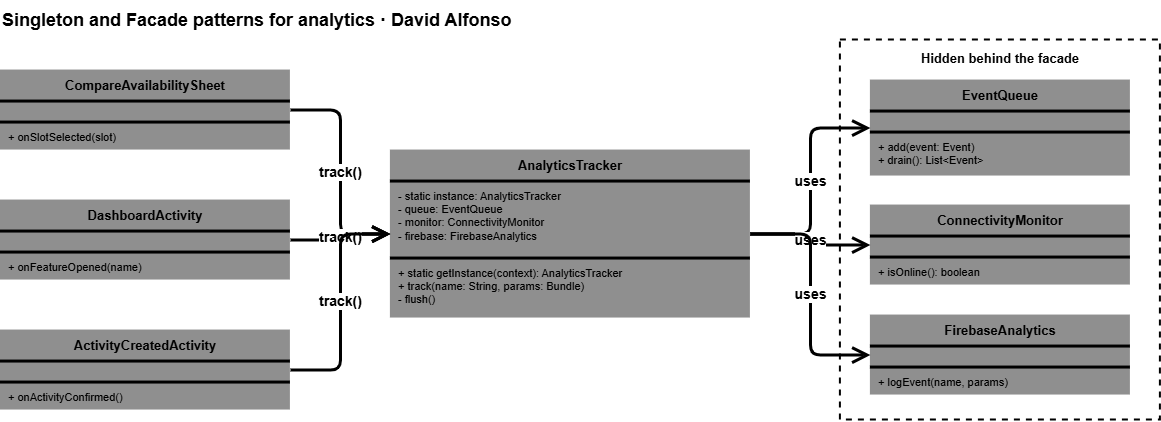
Before: img/SingletonandFacade.png, a diagram exported from draw.io (CONSTR-APLICACIONES-MOVILES/Sprint-2-Java). Source tidied: cells renumbered, new cells last; positions are measured from the earlier drawing's top-left corner, leaving out a move shared by most shapes. Source of this version:
```xml
<mxGraphModel>
  <root>
    <mxCell id="0" />
    <mxCell id="1" parent="0" />
    <mxCell id="2" value="Singleton and Facade patterns for analytics · David Alfonso" style="text;html=1;align=left;verticalAlign=middle;fontSize=18;fontStyle=1;fontColor=#000000;" parent="1" vertex="1">
      <mxGeometry width="1100" height="40" as="geometry" />
    </mxCell>
    <mxCell id="3" value="Hidden behind the facade" style="rounded=0;whiteSpace=wrap;html=1;fillColor=none;strokeColor=#000000;strokeWidth=2;dashed=1;verticalAlign=top;fontStyle=1;fontSize=13;spacingTop=4;" parent="1" vertex="1">
      <mxGeometry x="840" y="40" width="320" height="380" as="geometry" />
    </mxCell>
    <mxCell id="4" style="rounded=0;whiteSpace=wrap;html=1;fillColor=#8F8F8F;strokeColor=none;" parent="1" vertex="1">
      <mxGeometry y="70" width="290" height="80" as="geometry" />
    </mxCell>
    <mxCell id="5" value="CompareAvailabilitySheet" style="text;html=1;align=center;verticalAlign=middle;fontStyle=1;fontSize=13;fontColor=#000000;whiteSpace=wrap;" parent="4" vertex="1">
      <mxGeometry width="290" height="30" as="geometry" />
    </mxCell>
    <mxCell id="6" style="rounded=0;whiteSpace=wrap;html=1;fillColor=#000000;strokeColor=none;" parent="4" vertex="1">
      <mxGeometry y="30" width="290" height="3" as="geometry" />
    </mxCell>
    <mxCell id="7" style="text;html=1;align=left;verticalAlign=top;fontSize=11;fontColor=#000000;spacingLeft=6;whiteSpace=wrap;" parent="4" vertex="1">
      <mxGeometry y="33" width="290" height="18" as="geometry" />
    </mxCell>
    <mxCell id="8" style="rounded=0;whiteSpace=wrap;html=1;fillColor=#000000;strokeColor=none;" parent="4" vertex="1">
      <mxGeometry y="51" width="290" height="3" as="geometry" />
    </mxCell>
    <mxCell id="9" value="+ onSlotSelected(slot)" style="text;html=1;align=left;verticalAlign=top;fontSize=11;fontColor=#000000;spacingLeft=6;whiteSpace=wrap;" parent="4" vertex="1">
      <mxGeometry y="54" width="290" height="26" as="geometry" />
    </mxCell>
    <mxCell id="10" style="rounded=0;whiteSpace=wrap;html=1;fillColor=#8F8F8F;strokeColor=none;" parent="1" vertex="1">
      <mxGeometry y="200" width="290" height="80" as="geometry" />
    </mxCell>
    <mxCell id="11" value="DashboardActivity" style="text;html=1;align=center;verticalAlign=middle;fontStyle=1;fontSize=13;fontColor=#000000;whiteSpace=wrap;" parent="10" vertex="1">
      <mxGeometry width="290" height="30" as="geometry" />
    </mxCell>
    <mxCell id="12" style="rounded=0;whiteSpace=wrap;html=1;fillColor=#000000;strokeColor=none;" parent="10" vertex="1">
      <mxGeometry y="30" width="290" height="3" as="geometry" />
    </mxCell>
    <mxCell id="13" style="text;html=1;align=left;verticalAlign=top;fontSize=11;fontColor=#000000;spacingLeft=6;whiteSpace=wrap;" parent="10" vertex="1">
      <mxGeometry y="33" width="290" height="18" as="geometry" />
    </mxCell>
    <mxCell id="14" style="rounded=0;whiteSpace=wrap;html=1;fillColor=#000000;strokeColor=none;" parent="10" vertex="1">
      <mxGeometry y="51" width="290" height="3" as="geometry" />
    </mxCell>
    <mxCell id="15" value="+ onFeatureOpened(name)" style="text;html=1;align=left;verticalAlign=top;fontSize=11;fontColor=#000000;spacingLeft=6;whiteSpace=wrap;" parent="10" vertex="1">
      <mxGeometry y="54" width="290" height="26" as="geometry" />
    </mxCell>
    <mxCell id="16" style="rounded=0;whiteSpace=wrap;html=1;fillColor=#8F8F8F;strokeColor=none;" parent="1" vertex="1">
      <mxGeometry y="330" width="290" height="80" as="geometry" />
    </mxCell>
    <mxCell id="17" value="ActivityCreatedActivity" style="text;html=1;align=center;verticalAlign=middle;fontStyle=1;fontSize=13;fontColor=#000000;whiteSpace=wrap;" parent="16" vertex="1">
      <mxGeometry width="290" height="30" as="geometry" />
    </mxCell>
    <mxCell id="18" style="rounded=0;whiteSpace=wrap;html=1;fillColor=#000000;strokeColor=none;" parent="16" vertex="1">
      <mxGeometry y="30" width="290" height="3" as="geometry" />
    </mxCell>
    <mxCell id="19" style="text;html=1;align=left;verticalAlign=top;fontSize=11;fontColor=#000000;spacingLeft=6;whiteSpace=wrap;" parent="16" vertex="1">
      <mxGeometry y="33" width="290" height="18" as="geometry" />
    </mxCell>
    <mxCell id="20" style="rounded=0;whiteSpace=wrap;html=1;fillColor=#000000;strokeColor=none;" parent="16" vertex="1">
      <mxGeometry y="51" width="290" height="3" as="geometry" />
    </mxCell>
    <mxCell id="21" value="+ onActivityConfirmed()" style="text;html=1;align=left;verticalAlign=top;fontSize=11;fontColor=#000000;spacingLeft=6;whiteSpace=wrap;" parent="16" vertex="1">
      <mxGeometry y="54" width="290" height="26" as="geometry" />
    </mxCell>
    <mxCell id="22" style="rounded=0;whiteSpace=wrap;html=1;fillColor=#8F8F8F;strokeColor=none;" parent="1" vertex="1">
      <mxGeometry x="390" y="150" width="360" height="168" as="geometry" />
    </mxCell>
    <mxCell id="23" value="AnalyticsTracker" style="text;html=1;align=center;verticalAlign=middle;fontStyle=1;fontSize=13;fontColor=#000000;whiteSpace=wrap;" parent="22" vertex="1">
      <mxGeometry width="360" height="30" as="geometry" />
    </mxCell>
    <mxCell id="24" style="rounded=0;whiteSpace=wrap;html=1;fillColor=#000000;strokeColor=none;" parent="22" vertex="1">
      <mxGeometry y="30" width="360" height="3" as="geometry" />
    </mxCell>
    <mxCell id="25" value="- static instance: AnalyticsTracker&lt;br&gt;- queue: EventQueue&lt;br&gt;- monitor: ConnectivityMonitor&lt;br&gt;- firebase: FirebaseAnalytics" style="text;html=1;align=left;verticalAlign=top;fontSize=11;fontColor=#000000;spacingLeft=6;whiteSpace=wrap;" parent="22" vertex="1">
      <mxGeometry y="33" width="360" height="74" as="geometry" />
    </mxCell>
    <mxCell id="26" style="rounded=0;whiteSpace=wrap;html=1;fillColor=#000000;strokeColor=none;" parent="22" vertex="1">
      <mxGeometry y="107" width="360" height="3" as="geometry" />
    </mxCell>
    <mxCell id="27" value="+ static getInstance(context): AnalyticsTracker&lt;br&gt;+ track(name: String, params: Bundle)&lt;br&gt;- flush()" style="text;html=1;align=left;verticalAlign=top;fontSize=11;fontColor=#000000;spacingLeft=6;whiteSpace=wrap;" parent="22" vertex="1">
      <mxGeometry y="110" width="360" height="58" as="geometry" />
    </mxCell>
    <mxCell id="28" style="rounded=0;whiteSpace=wrap;html=1;fillColor=#8F8F8F;strokeColor=none;" parent="1" vertex="1">
      <mxGeometry x="870" y="80" width="260" height="96" as="geometry" />
    </mxCell>
    <mxCell id="29" value="EventQueue" style="text;html=1;align=center;verticalAlign=middle;fontStyle=1;fontSize=13;fontColor=#000000;whiteSpace=wrap;" parent="28" vertex="1">
      <mxGeometry width="260" height="30" as="geometry" />
    </mxCell>
    <mxCell id="30" style="rounded=0;whiteSpace=wrap;html=1;fillColor=#000000;strokeColor=none;" parent="28" vertex="1">
      <mxGeometry y="30" width="260" height="3" as="geometry" />
    </mxCell>
    <mxCell id="31" style="text;html=1;align=left;verticalAlign=top;fontSize=11;fontColor=#000000;spacingLeft=6;whiteSpace=wrap;" parent="28" vertex="1">
      <mxGeometry y="33" width="260" height="18" as="geometry" />
    </mxCell>
    <mxCell id="32" style="rounded=0;whiteSpace=wrap;html=1;fillColor=#000000;strokeColor=none;" parent="28" vertex="1">
      <mxGeometry y="51" width="260" height="3" as="geometry" />
    </mxCell>
    <mxCell id="33" value="+ add(event: Event)&lt;br&gt;+ drain(): List&amp;lt;Event&amp;gt;" style="text;html=1;align=left;verticalAlign=top;fontSize=11;fontColor=#000000;spacingLeft=6;whiteSpace=wrap;" parent="28" vertex="1">
      <mxGeometry y="54" width="260" height="42" as="geometry" />
    </mxCell>
    <mxCell id="34" style="rounded=0;whiteSpace=wrap;html=1;fillColor=#8F8F8F;strokeColor=none;" parent="1" vertex="1">
      <mxGeometry x="870" y="205" width="260" height="80" as="geometry" />
    </mxCell>
    <mxCell id="35" value="ConnectivityMonitor" style="text;html=1;align=center;verticalAlign=middle;fontStyle=1;fontSize=13;fontColor=#000000;whiteSpace=wrap;" parent="34" vertex="1">
      <mxGeometry width="260" height="30" as="geometry" />
    </mxCell>
    <mxCell id="36" style="rounded=0;whiteSpace=wrap;html=1;fillColor=#000000;strokeColor=none;" parent="34" vertex="1">
      <mxGeometry y="30" width="260" height="3" as="geometry" />
    </mxCell>
    <mxCell id="37" style="text;html=1;align=left;verticalAlign=top;fontSize=11;fontColor=#000000;spacingLeft=6;whiteSpace=wrap;" parent="34" vertex="1">
      <mxGeometry y="33" width="260" height="18" as="geometry" />
    </mxCell>
    <mxCell id="38" style="rounded=0;whiteSpace=wrap;html=1;fillColor=#000000;strokeColor=none;" parent="34" vertex="1">
      <mxGeometry y="51" width="260" height="3" as="geometry" />
    </mxCell>
    <mxCell id="39" value="+ isOnline(): boolean" style="text;html=1;align=left;verticalAlign=top;fontSize=11;fontColor=#000000;spacingLeft=6;whiteSpace=wrap;" parent="34" vertex="1">
      <mxGeometry y="54" width="260" height="26" as="geometry" />
    </mxCell>
    <mxCell id="40" style="rounded=0;whiteSpace=wrap;html=1;fillColor=#8F8F8F;strokeColor=none;" parent="1" vertex="1">
      <mxGeometry x="870" y="315" width="260" height="80" as="geometry" />
    </mxCell>
    <mxCell id="41" value="FirebaseAnalytics" style="text;html=1;align=center;verticalAlign=middle;fontStyle=1;fontSize=13;fontColor=#000000;whiteSpace=wrap;" parent="40" vertex="1">
      <mxGeometry width="260" height="30" as="geometry" />
    </mxCell>
    <mxCell id="42" style="rounded=0;whiteSpace=wrap;html=1;fillColor=#000000;strokeColor=none;" parent="40" vertex="1">
      <mxGeometry y="30" width="260" height="3" as="geometry" />
    </mxCell>
    <mxCell id="43" style="text;html=1;align=left;verticalAlign=top;fontSize=11;fontColor=#000000;spacingLeft=6;whiteSpace=wrap;" parent="40" vertex="1">
      <mxGeometry y="33" width="260" height="18" as="geometry" />
    </mxCell>
    <mxCell id="44" style="rounded=0;whiteSpace=wrap;html=1;fillColor=#000000;strokeColor=none;" parent="40" vertex="1">
      <mxGeometry y="51" width="260" height="3" as="geometry" />
    </mxCell>
    <mxCell id="45" value="+ logEvent(name, params)" style="text;html=1;align=left;verticalAlign=top;fontSize=11;fontColor=#000000;spacingLeft=6;whiteSpace=wrap;" parent="40" vertex="1">
      <mxGeometry y="54" width="260" height="26" as="geometry" />
    </mxCell>
    <mxCell id="46" value="track()" style="edgeStyle=orthogonalEdgeStyle;rounded=1;html=1;endArrow=open;endSize=12;strokeWidth=3;strokeColor=#000000;fontStyle=1;fontSize=14;labelBackgroundColor=#FFFFFF;exitX=1;exitY=0.5;entryX=0;entryY=0.5;" parent="1" edge="1" source="4" target="22">
      <mxGeometry relative="1" as="geometry" />
    </mxCell>
    <mxCell id="47" value="track()" style="edgeStyle=orthogonalEdgeStyle;rounded=1;html=1;endArrow=open;endSize=12;strokeWidth=3;strokeColor=#000000;fontStyle=1;fontSize=14;labelBackgroundColor=#FFFFFF;exitX=1;exitY=0.5;entryX=0;entryY=0.5;" parent="1" edge="1" source="10" target="22">
      <mxGeometry relative="1" as="geometry" />
    </mxCell>
    <mxCell id="48" value="track()" style="edgeStyle=orthogonalEdgeStyle;rounded=1;html=1;endArrow=open;endSize=12;strokeWidth=3;strokeColor=#000000;fontStyle=1;fontSize=14;labelBackgroundColor=#FFFFFF;exitX=1;exitY=0.5;entryX=0;entryY=0.5;" parent="1" edge="1" source="16" target="22">
      <mxGeometry relative="1" as="geometry" />
    </mxCell>
    <mxCell id="49" value="uses" style="edgeStyle=orthogonalEdgeStyle;rounded=1;html=1;endArrow=open;endSize=12;strokeWidth=3;strokeColor=#000000;fontStyle=1;fontSize=14;labelBackgroundColor=#FFFFFF;exitX=1;exitY=0.5;entryX=0;entryY=0.5;" parent="1" edge="1" source="22" target="28">
      <mxGeometry relative="1" as="geometry" />
    </mxCell>
    <mxCell id="50" value="uses" style="edgeStyle=orthogonalEdgeStyle;rounded=1;html=1;endArrow=open;endSize=12;strokeWidth=3;strokeColor=#000000;fontStyle=1;fontSize=14;labelBackgroundColor=#FFFFFF;exitX=1;exitY=0.5;entryX=0;entryY=0.5;" parent="1" edge="1" source="22" target="34">
      <mxGeometry relative="1" as="geometry" />
    </mxCell>
    <mxCell id="51" value="uses" style="edgeStyle=orthogonalEdgeStyle;rounded=1;html=1;endArrow=open;endSize=12;strokeWidth=3;strokeColor=#000000;fontStyle=1;fontSize=14;labelBackgroundColor=#FFFFFF;exitX=1;exitY=0.5;entryX=0;entryY=0.5;" parent="1" edge="1" source="22" target="40">
      <mxGeometry relative="1" as="geometry" />
    </mxCell>
  </root>
</mxGraphModel>
```
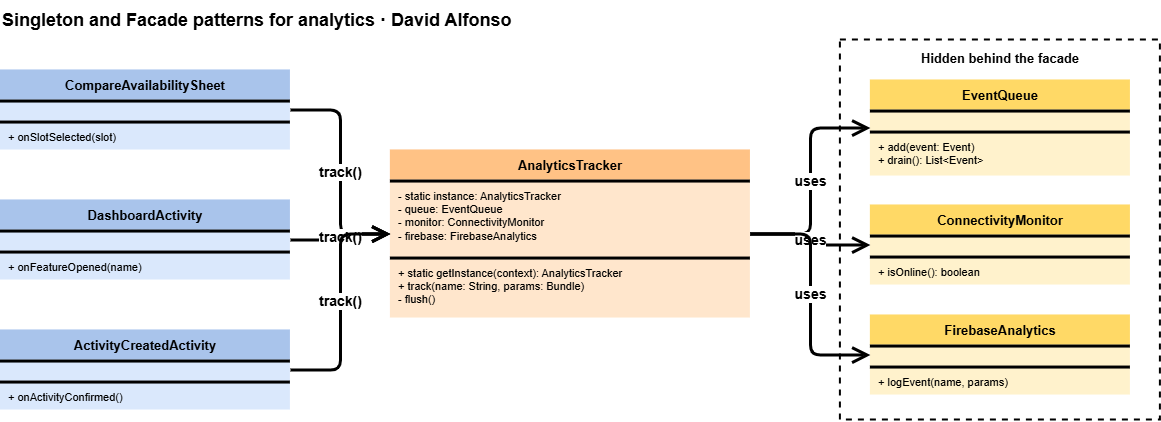
Above is the later version.

Change to the diagram source:
```diff
@@ -8,10 +8,10 @@
     <mxCell id="3" value="Hidden behind the facade" style="rounded=0;whiteSpace=wrap;html=1;fillColor=none;strokeColor=#000000;strokeWidth=2;dashed=1;verticalAlign=top;fontStyle=1;fontSize=13;spacingTop=4;" parent="1" vertex="1">
       <mxGeometry x="840" y="40" width="320" height="380" as="geometry" />
     </mxCell>
-    <mxCell id="4" style="rounded=0;whiteSpace=wrap;html=1;fillColor=#8F8F8F;strokeColor=none;" parent="1" vertex="1">
+    <mxCell id="4" style="rounded=0;whiteSpace=wrap;html=1;fillColor=#DAE8FC;strokeColor=none;" parent="1" vertex="1">
       <mxGeometry y="70" width="290" height="80" as="geometry" />
     </mxCell>
-    <mxCell id="5" value="CompareAvailabilitySheet" style="text;html=1;align=center;verticalAlign=middle;fontStyle=1;fontSize=13;fontColor=#000000;whiteSpace=wrap;" parent="4" vertex="1">
+    <mxCell id="5" value="CompareAvailabilitySheet" style="text;html=1;align=center;verticalAlign=middle;fontStyle=1;fontSize=13;fontColor=#000000;whiteSpace=wrap;fillColor=#A9C4EB;strokeColor=none;" parent="4" vertex="1">
       <mxGeometry width="290" height="30" as="geometry" />
     </mxCell>
     <mxCell id="6" style="rounded=0;whiteSpace=wrap;html=1;fillColor=#000000;strokeColor=none;" parent="4" vertex="1">
@@ -26,10 +26,10 @@
     <mxCell id="9" value="+ onSlotSelected(slot)" style="text;html=1;align=left;verticalAlign=top;fontSize=11;fontColor=#000000;spacingLeft=6;whiteSpace=wrap;" parent="4" vertex="1">
       <mxGeometry y="54" width="290" height="26" as="geometry" />
     </mxCell>
-    <mxCell id="10" style="rounded=0;whiteSpace=wrap;html=1;fillColor=#8F8F8F;strokeColor=none;" parent="1" vertex="1">
+    <mxCell id="10" style="rounded=0;whiteSpace=wrap;html=1;fillColor=#DAE8FC;strokeColor=none;" parent="1" vertex="1">
       <mxGeometry y="200" width="290" height="80" as="geometry" />
     </mxCell>
-    <mxCell id="11" value="DashboardActivity" style="text;html=1;align=center;verticalAlign=middle;fontStyle=1;fontSize=13;fontColor=#000000;whiteSpace=wrap;" parent="10" vertex="1">
+    <mxCell id="11" value="DashboardActivity" style="text;html=1;align=center;verticalAlign=middle;fontStyle=1;fontSize=13;fontColor=#000000;whiteSpace=wrap;fillColor=#A9C4EB;strokeColor=none;" parent="10" vertex="1">
       <mxGeometry width="290" height="30" as="geometry" />
     </mxCell>
     <mxCell id="12" style="rounded=0;whiteSpace=wrap;html=1;fillColor=#000000;strokeColor=none;" parent="10" vertex="1">
@@ -44,10 +44,10 @@
     <mxCell id="15" value="+ onFeatureOpened(name)" style="text;html=1;align=left;verticalAlign=top;fontSize=11;fontColor=#000000;spacingLeft=6;whiteSpace=wrap;" parent="10" vertex="1">
       <mxGeometry y="54" width="290" height="26" as="geometry" />
     </mxCell>
-    <mxCell id="16" style="rounded=0;whiteSpace=wrap;html=1;fillColor=#8F8F8F;strokeColor=none;" parent="1" vertex="1">
+    <mxCell id="16" style="rounded=0;whiteSpace=wrap;html=1;fillColor=#DAE8FC;strokeColor=none;" parent="1" vertex="1">
       <mxGeometry y="330" width="290" height="80" as="geometry" />
     </mxCell>
-    <mxCell id="17" value="ActivityCreatedActivity" style="text;html=1;align=center;verticalAlign=middle;fontStyle=1;fontSize=13;fontColor=#000000;whiteSpace=wrap;" parent="16" vertex="1">
+    <mxCell id="17" value="ActivityCreatedActivity" style="text;html=1;align=center;verticalAlign=middle;fontStyle=1;fontSize=13;fontColor=#000000;whiteSpace=wrap;fillColor=#A9C4EB;strokeColor=none;" parent="16" vertex="1">
       <mxGeometry width="290" height="30" as="geometry" />
     </mxCell>
     <mxCell id="18" style="rounded=0;whiteSpace=wrap;html=1;fillColor=#000000;strokeColor=none;" parent="16" vertex="1">
@@ -62,10 +62,10 @@
     <mxCell id="21" value="+ onActivityConfirmed()" style="text;html=1;align=left;verticalAlign=top;fontSize=11;fontColor=#000000;spacingLeft=6;whiteSpace=wrap;" parent="16" vertex="1">
       <mxGeometry y="54" width="290" height="26" as="geometry" />
     </mxCell>
-    <mxCell id="22" style="rounded=0;whiteSpace=wrap;html=1;fillColor=#8F8F8F;strokeColor=none;" parent="1" vertex="1">
+    <mxCell id="22" style="rounded=0;whiteSpace=wrap;html=1;fillColor=#FFE6CC;strokeColor=none;" parent="1" vertex="1">
       <mxGeometry x="390" y="150" width="360" height="168" as="geometry" />
     </mxCell>
-    <mxCell id="23" value="AnalyticsTracker" style="text;html=1;align=center;verticalAlign=middle;fontStyle=1;fontSize=13;fontColor=#000000;whiteSpace=wrap;" parent="22" vertex="1">
+    <mxCell id="23" value="AnalyticsTracker" style="text;html=1;align=center;verticalAlign=middle;fontStyle=1;fontSize=13;fontColor=#000000;whiteSpace=wrap;fillColor=#FFC285;strokeColor=none;" parent="22" vertex="1">
       <mxGeometry width="360" height="30" as="geometry" />
     </mxCell>
     <mxCell id="24" style="rounded=0;whiteSpace=wrap;html=1;fillColor=#000000;strokeColor=none;" parent="22" vertex="1">
@@ -80,10 +80,10 @@
     <mxCell id="27" value="+ static getInstance(context): AnalyticsTracker&lt;br&gt;+ track(name: String, params: Bundle)&lt;br&gt;- flush()" style="text;html=1;align=left;verticalAlign=top;fontSize=11;fontColor=#000000;spacingLeft=6;whiteSpace=wrap;" parent="22" vertex="1">
       <mxGeometry y="110" width="360" height="58" as="geometry" />
     </mxCell>
-    <mxCell id="28" style="rounded=0;whiteSpace=wrap;html=1;fillColor=#8F8F8F;strokeColor=none;" parent="1" vertex="1">
+    <mxCell id="28" style="rounded=0;whiteSpace=wrap;html=1;fillColor=#FFF2CC;strokeColor=none;" parent="1" vertex="1">
       <mxGeometry x="870" y="80" width="260" height="96" as="geometry" />
     </mxCell>
-    <mxCell id="29" value="EventQueue" style="text;html=1;align=center;verticalAlign=middle;fontStyle=1;fontSize=13;fontColor=#000000;whiteSpace=wrap;" parent="28" vertex="1">
+    <mxCell id="29" value="EventQueue" style="text;html=1;align=center;verticalAlign=middle;fontStyle=1;fontSize=13;fontColor=#000000;whiteSpace=wrap;fillColor=#FFD966;strokeColor=none;" parent="28" vertex="1">
       <mxGeometry width="260" height="30" as="geometry" />
     </mxCell>
     <mxCell id="30" style="rounded=0;whiteSpace=wrap;html=1;fillColor=#000000;strokeColor=none;" parent="28" vertex="1">
@@ -98,10 +98,10 @@
     <mxCell id="33" value="+ add(event: Event)&lt;br&gt;+ drain(): List&amp;lt;Event&amp;gt;" style="text;html=1;align=left;verticalAlign=top;fontSize=11;fontColor=#000000;spacingLeft=6;whiteSpace=wrap;" parent="28" vertex="1">
       <mxGeometry y="54" width="260" height="42" as="geometry" />
     </mxCell>
-    <mxCell id="34" style="rounded=0;whiteSpace=wrap;html=1;fillColor=#8F8F8F;strokeColor=none;" parent="1" vertex="1">
+    <mxCell id="34" style="rounded=0;whiteSpace=wrap;html=1;fillColor=#FFF2CC;strokeColor=none;" parent="1" vertex="1">
       <mxGeometry x="870" y="205" width="260" height="80" as="geometry" />
     </mxCell>
-    <mxCell id="35" value="ConnectivityMonitor" style="text;html=1;align=center;verticalAlign=middle;fontStyle=1;fontSize=13;fontColor=#000000;whiteSpace=wrap;" parent="34" vertex="1">
+    <mxCell id="35" value="ConnectivityMonitor" style="text;html=1;align=center;verticalAlign=middle;fontStyle=1;fontSize=13;fontColor=#000000;whiteSpace=wrap;fillColor=#FFD966;strokeColor=none;" parent="34" vertex="1">
       <mxGeometry width="260" height="30" as="geometry" />
     </mxCell>
     <mxCell id="36" style="rounded=0;whiteSpace=wrap;html=1;fillColor=#000000;strokeColor=none;" parent="34" vertex="1">
@@ -116,10 +116,10 @@
     <mxCell id="39" value="+ isOnline(): boolean" style="text;html=1;align=left;verticalAlign=top;fontSize=11;fontColor=#000000;spacingLeft=6;whiteSpace=wrap;" parent="34" vertex="1">
       <mxGeometry y="54" width="260" height="26" as="geometry" />
     </mxCell>
-    <mxCell id="40" style="rounded=0;whiteSpace=wrap;html=1;fillColor=#8F8F8F;strokeColor=none;" parent="1" vertex="1">
+    <mxCell id="40" style="rounded=0;whiteSpace=wrap;html=1;fillColor=#FFF2CC;strokeColor=none;" parent="1" vertex="1">
       <mxGeometry x="870" y="315" width="260" height="80" as="geometry" />
     </mxCell>
-    <mxCell id="41" value="FirebaseAnalytics" style="text;html=1;align=center;verticalAlign=middle;fontStyle=1;fontSize=13;fontColor=#000000;whiteSpace=wrap;" parent="40" vertex="1">
+    <mxCell id="41" value="FirebaseAnalytics" style="text;html=1;align=center;verticalAlign=middle;fontStyle=1;fontSize=13;fontColor=#000000;whiteSpace=wrap;fillColor=#FFD966;strokeColor=none;" parent="40" vertex="1">
       <mxGeometry width="260" height="30" as="geometry" />
     </mxCell>
     <mxCell id="42" style="rounded=0;whiteSpace=wrap;html=1;fillColor=#000000;strokeColor=none;" parent="40" vertex="1">
```
